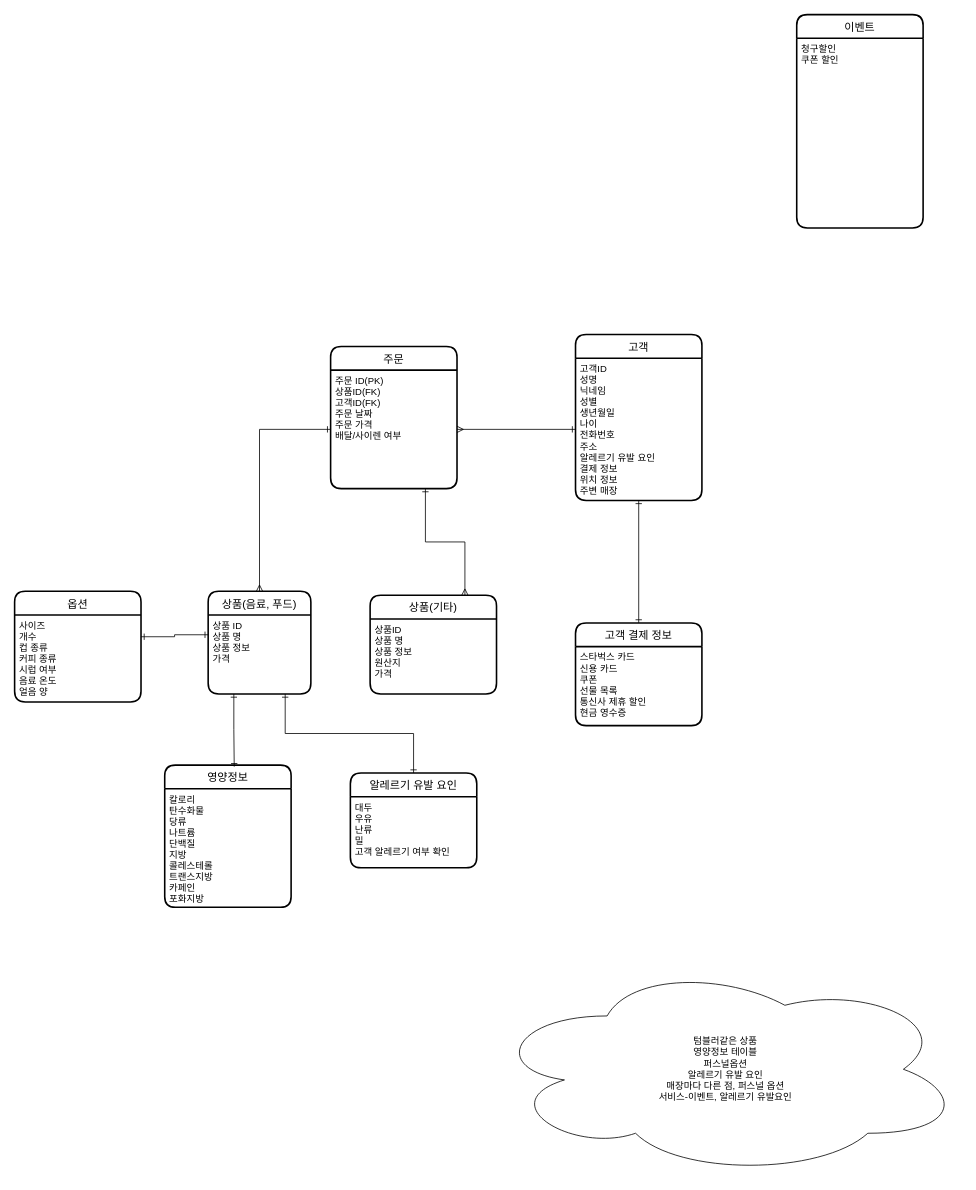
This is 스타벅스 db설계.drawio from gabang2/starbucks, a draw.io file, before an edit. Source tidied: cells renumbered, new cells numbered last; positions are measured from the earlier drawing's top-left corner, leaving out a move shared by most shapes. Both pictures are drawn from the tidied source at 79%, with x=0, y=0 at pixel (14, 14).
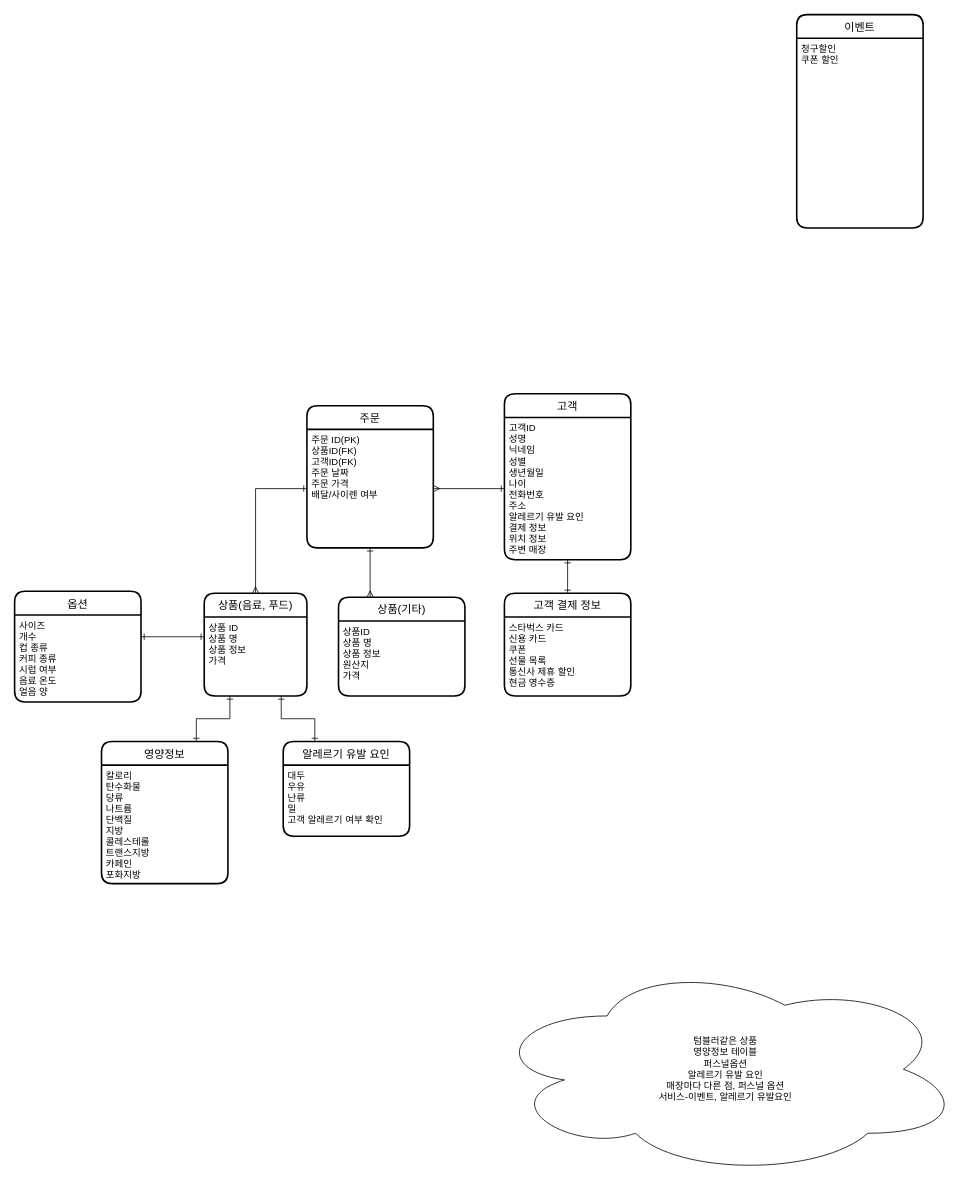
Above is the later version.

Commit message:
Update 스타벅스 db설계.drawio

The change refers to these unchanged cells:
```xml
<mxCell id="5" value="상품 ID&#10;상품 명&#10;상품 정보&#10;가격&#10;" style="align=left;strokeColor=none;fillColor=none;spacingLeft=4;fontSize=12;verticalAlign=top;" parent="4" vertex="1">
  <mxGeometry y="30" width="130" height="100" as="geometry" />
</mxCell>
<mxCell id="13" value="주문 ID(PK)&#10;상품ID(FK)&#10;고객ID(FK)&#10;주문 날짜&#10;주문 가격&#10;배달/사이렌 여부" style="align=left;strokeColor=none;fillColor=none;spacingLeft=4;fontSize=12;verticalAlign=top;" parent="12" vertex="1">
  <mxGeometry y="30" width="160" height="150" as="geometry" />
</mxCell>
```

Diff of the diagram source:
```diff
@@
     <mxCell id="2" value="고객" style="swimlane;horizontal=1;startSize=30;rounded=1;fontSize=14;fontStyle=0;strokeWidth=2;shadow=0;dashed=0;align=center;" parent="1" vertex="1">
-      <mxGeometry x="710" y="405" width="160" height="210" as="geometry" />
+      <mxGeometry x="620" y="480" width="160" height="210" as="geometry" />
     </mxCell>
@@
     <mxCell id="4" value="상품(음료, 푸드)" style="swimlane;horizontal=1;startSize=30;rounded=1;fontSize=14;fontStyle=0;strokeWidth=2;shadow=0;dashed=0;align=center;" parent="1" vertex="1">
-      <mxGeometry x="245" y="730" width="130" height="130" as="geometry" />
+      <mxGeometry x="240" y="732.5" width="130" height="130" as="geometry" />
     </mxCell>
@@
+    <mxCell id="29" style="edgeStyle=orthogonalEdgeStyle;rounded=0;jettySize=auto;html=1;exitX=0.25;exitY=0;exitDx=0;exitDy=0;entryX=0.5;entryY=1;entryDx=0;entryDy=0;endArrow=ERone;endFill=0;startArrow=ERmany;startFill=0;" parent="1" edge="1" source="7" target="13">
+      <mxGeometry relative="1" as="geometry" />
+    </mxCell>
     <mxCell id="7" value="상품(기타)" style="swimlane;horizontal=1;startSize=30;rounded=1;fontSize=14;fontStyle=0;strokeWidth=2;shadow=0;dashed=0;align=center;" parent="1" vertex="1">
-      <mxGeometry x="450" y="735" width="160" height="125" as="geometry" />
+      <mxGeometry x="410" y="737.5" width="160" height="125" as="geometry" />
     </mxCell>
@@
+    <mxCell id="30" style="edgeStyle=orthogonalEdgeStyle;rounded=0;jettySize=auto;html=1;exitX=0.75;exitY=0;exitDx=0;exitDy=0;entryX=0.25;entryY=1;entryDx=0;entryDy=0;startArrow=ERone;startFill=0;endArrow=ERone;endFill=0;" parent="1" edge="1" source="9" target="5">
+      <mxGeometry relative="1" as="geometry" />
+    </mxCell>
     <mxCell id="9" value="영양정보" style="swimlane;horizontal=1;startSize=30;rounded=1;fontSize=14;fontStyle=0;strokeWidth=2;shadow=0;dashed=0;align=center;" parent="1" vertex="1">
-      <mxGeometry x="190" y="950" width="160" height="180" as="geometry" />
+      <mxGeometry x="110" y="920" width="160" height="180" as="geometry" />
     </mxCell>
@@
-    <mxCell id="11" style="edgeStyle=orthogonalEdgeStyle;rounded=0;jettySize=auto;html=1;exitX=0.75;exitY=1;exitDx=0;exitDy=0;entryX=0.75;entryY=0;entryDx=0;entryDy=0;startArrow=ERone;startFill=0;endArrow=ERmany;endFill=0;" parent="1" edge="1" source="12" target="7">
-      <mxGeometry relative="1" as="geometry" />
-    </mxCell>
     <mxCell id="12" value="주문" style="swimlane;horizontal=1;startSize=30;rounded=1;fontSize=14;fontStyle=0;strokeWidth=2;shadow=0;dashed=0;align=center;" parent="1" vertex="1">
-      <mxGeometry x="400" y="420" width="160" height="180" as="geometry" />
+      <mxGeometry x="370" y="495" width="160" height="180" as="geometry" />
     </mxCell>
@@
     <mxCell id="17" value="고객 결제 정보" style="swimlane;horizontal=1;startSize=30;rounded=1;fontSize=14;fontStyle=0;strokeWidth=2;shadow=0;dashed=0;align=center;" parent="1" vertex="1">
-      <mxGeometry x="710" y="770" width="160" height="130" as="geometry" />
+      <mxGeometry x="620" y="732.5" width="160" height="130" as="geometry" />
     </mxCell>
@@
-    <mxCell id="19" style="edgeStyle=orthogonalEdgeStyle;rounded=0;jettySize=auto;html=1;exitX=0.5;exitY=0;exitDx=0;exitDy=0;entryX=0.75;entryY=1;entryDx=0;entryDy=0;startArrow=ERone;startFill=0;endArrow=ERone;endFill=0;" parent="1" edge="1" source="20" target="5">
-      <mxGeometry relative="1" as="geometry" />
-    </mxCell>
     <mxCell id="20" value="알레르기 유발 요인" style="swimlane;horizontal=1;startSize=30;rounded=1;fontSize=14;fontStyle=0;strokeWidth=2;shadow=0;dashed=0;align=center;" parent="1" vertex="1">
-      <mxGeometry x="425" y="960" width="160" height="120" as="geometry" />
+      <mxGeometry x="340" y="920" width="160" height="120" as="geometry" />
     </mxCell>
@@
-    <mxCell id="28" style="edgeStyle=orthogonalEdgeStyle;rounded=0;jettySize=auto;html=1;exitX=0.25;exitY=1;exitDx=0;exitDy=0;entryX=0.55;entryY=0.011;entryDx=0;entryDy=0;entryPerimeter=0;startArrow=ERone;startFill=0;endArrow=ERone;endFill=0;" parent="1" edge="1" source="5" target="9">
-      <mxGeometry relative="1" as="geometry" />
-    </mxCell>
+    <mxCell id="31" style="edgeStyle=orthogonalEdgeStyle;rounded=0;jettySize=auto;html=1;exitX=0.75;exitY=1;exitDx=0;exitDy=0;entryX=0.25;entryY=0;entryDx=0;entryDy=0;startArrow=ERone;startFill=0;endArrow=ERone;endFill=0;" parent="1" edge="1" source="5" target="20">
+      <mxGeometry relative="1" as="geometry" />
+    </mxCell>
```
